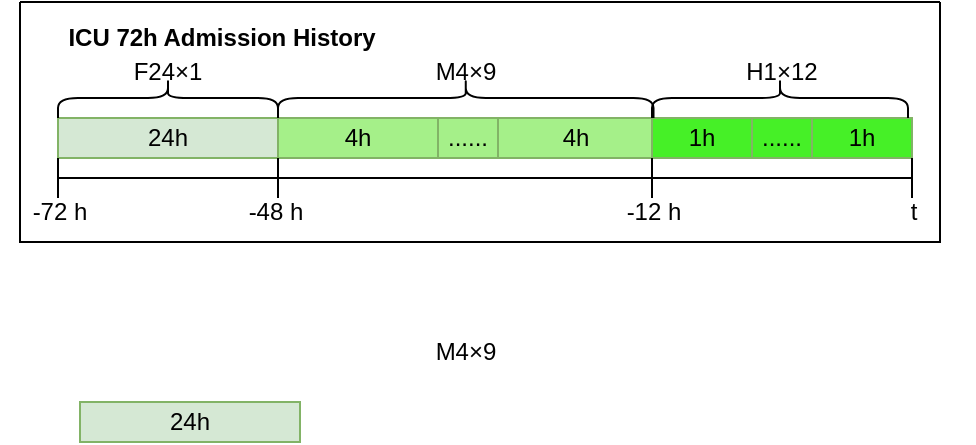
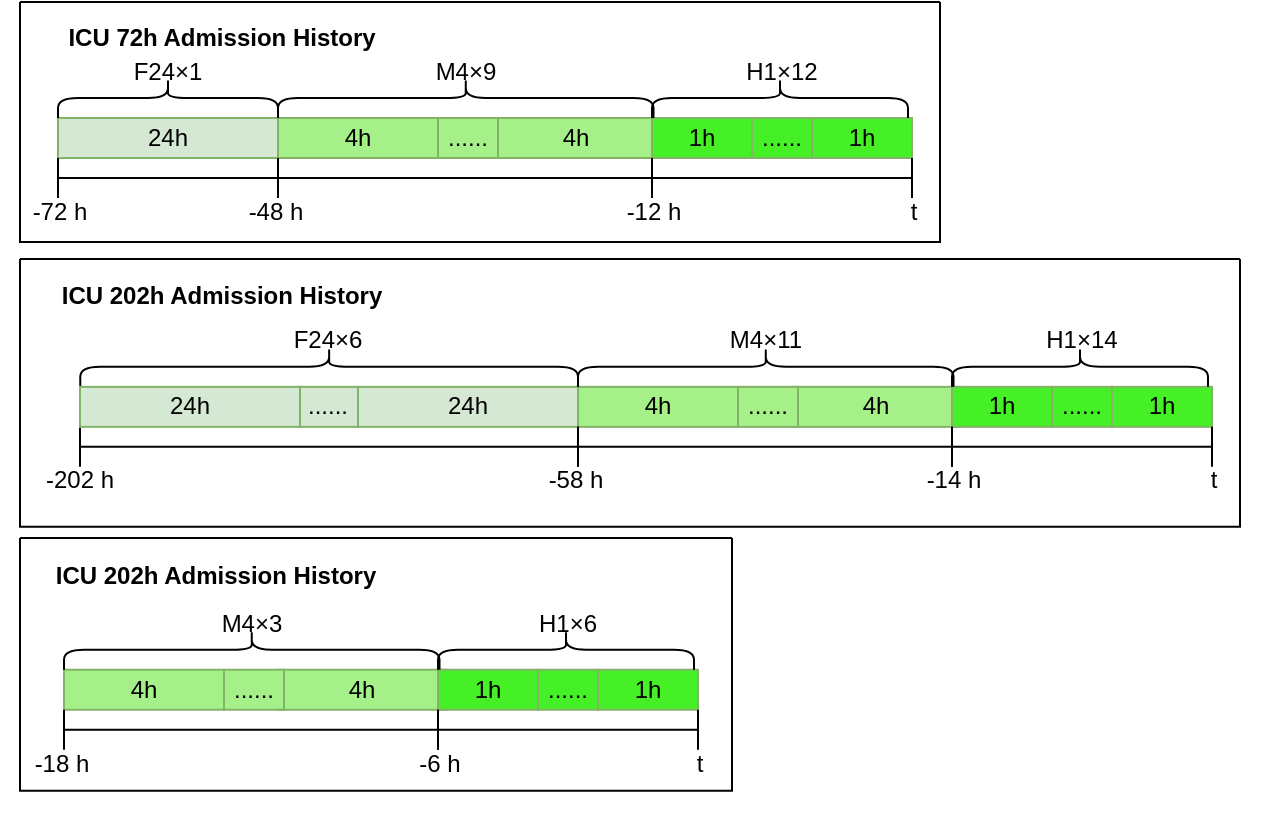
<mxfile host="app.diagrams.net">
  <diagram name="第 1 页" id="ZXRgyMgndbSnMul60k35">
-     <mxGraphModel dx="632" dy="431" grid="1" gridSize="10" guides="1" tooltips="1" connect="1" arrows="1" fold="1" page="1" pageScale="1" pageWidth="827" pageHeight="1169" math="0" shadow="0">
+     <mxGraphModel dx="702" dy="479" grid="1" gridSize="10" guides="1" tooltips="1" connect="1" arrows="1" fold="1" page="1" pageScale="1" pageWidth="827" pageHeight="1169" math="0" shadow="0">
      <root>
        <mxCell id="0" />
        <mxCell id="1" parent="0" />
        <mxCell id="Cz9zJ3ElJhsfQI_fBBap-1" parent="1" style="rounded=0;whiteSpace=wrap;html=1;fillColor=#d5e8d4;strokeColor=#82b366;" value="24h" vertex="1">
          <mxGeometry height="20" width="110" x="309" y="248" as="geometry" />
        </mxCell>
        <mxCell id="Cz9zJ3ElJhsfQI_fBBap-2" parent="1" style="rounded=0;whiteSpace=wrap;html=1;fillColor=light-dark(#A5F089,#1F2F1E);strokeColor=#82b366;" value="4h" vertex="1">
          <mxGeometry height="20" width="80" x="419" y="248" as="geometry" />
        </mxCell>
        <mxCell id="Cz9zJ3ElJhsfQI_fBBap-3" parent="1" style="rounded=0;whiteSpace=wrap;html=1;fillColor=light-dark(#A5F089,#1F2F1E);strokeColor=#82b366;" value="4h" vertex="1">
          <mxGeometry height="20" width="84" x="526" y="248" as="geometry" />
        </mxCell>
        <mxCell id="Cz9zJ3ElJhsfQI_fBBap-4" parent="1" style="rounded=0;whiteSpace=wrap;html=1;fillColor=light-dark(#A5F089,#1F2F1E);strokeColor=#82b366;" value="......" vertex="1">
          <mxGeometry height="20" width="30" x="499" y="248" as="geometry" />
        </mxCell>
        <mxCell id="Cz9zJ3ElJhsfQI_fBBap-5" parent="1" style="rounded=0;whiteSpace=wrap;html=1;fillColor=light-dark(#46F027,#1F2F1E);strokeColor=#82b366;" value="1h" vertex="1">
          <mxGeometry height="20" width="50" x="606" y="248" as="geometry" />
        </mxCell>
        <mxCell id="Cz9zJ3ElJhsfQI_fBBap-6" parent="1" style="rounded=0;whiteSpace=wrap;html=1;fillColor=light-dark(#46F027,#1F2F1E);strokeColor=#82b366;" value="1h" vertex="1">
          <mxGeometry height="20" width="50" x="686" y="248" as="geometry" />
        </mxCell>
        <mxCell id="Cz9zJ3ElJhsfQI_fBBap-7" parent="1" style="rounded=0;whiteSpace=wrap;html=1;fillColor=light-dark(#46F027,#1F2F1E);strokeColor=#82b366;" value="......" vertex="1">
          <mxGeometry height="20" width="30" x="656" y="248" as="geometry" />
        </mxCell>
        <mxCell id="Cz9zJ3ElJhsfQI_fBBap-8" parent="1" style="shape=crossbar;whiteSpace=wrap;html=1;rounded=1;" value="" vertex="1">
          <mxGeometry height="20" width="110" x="309" y="268" as="geometry" />
        </mxCell>
        <mxCell id="Cz9zJ3ElJhsfQI_fBBap-9" parent="1" style="text;html=1;whiteSpace=wrap;strokeColor=none;fillColor=none;align=center;verticalAlign=middle;rounded=0;" value="-72 h" vertex="1">
          <mxGeometry height="30" width="60" x="280" y="280" as="geometry" />
        </mxCell>
        <mxCell id="Cz9zJ3ElJhsfQI_fBBap-10" parent="1" style="text;html=1;whiteSpace=wrap;strokeColor=none;fillColor=none;align=center;verticalAlign=middle;rounded=0;" value="-48 h" vertex="1">
          <mxGeometry height="30" width="60" x="388" y="280" as="geometry" />
        </mxCell>
        <mxCell id="Cz9zJ3ElJhsfQI_fBBap-11" parent="1" style="shape=crossbar;whiteSpace=wrap;html=1;rounded=1;" value="" vertex="1">
          <mxGeometry height="20" width="187" x="419" y="268" as="geometry" />
        </mxCell>
        <mxCell id="Cz9zJ3ElJhsfQI_fBBap-12" parent="1" style="shape=crossbar;whiteSpace=wrap;html=1;rounded=1;" value="" vertex="1">
          <mxGeometry height="20" width="130" x="606" y="268" as="geometry" />
        </mxCell>
        <mxCell id="Cz9zJ3ElJhsfQI_fBBap-13" parent="1" style="text;html=1;whiteSpace=wrap;strokeColor=none;fillColor=none;align=center;verticalAlign=middle;rounded=0;" value="-12 h" vertex="1">
          <mxGeometry height="30" width="60" x="577" y="280" as="geometry" />
        </mxCell>
        <mxCell id="Cz9zJ3ElJhsfQI_fBBap-14" parent="1" style="text;html=1;whiteSpace=wrap;strokeColor=none;fillColor=none;align=center;verticalAlign=middle;rounded=0;" value="t" vertex="1">
          <mxGeometry height="30" width="60" x="707" y="280" as="geometry" />
        </mxCell>
        <mxCell id="Cz9zJ3ElJhsfQI_fBBap-16" parent="1" style="shape=curlyBracket;whiteSpace=wrap;html=1;rounded=1;flipH=1;labelPosition=right;verticalLabelPosition=middle;align=left;verticalAlign=middle;legacyAnchorPoints=0;rotation=-90;" value="" vertex="1">
          <mxGeometry height="110" width="20" x="354" y="183" as="geometry" />
        </mxCell>
        <mxCell id="Cz9zJ3ElJhsfQI_fBBap-17" parent="1" style="text;html=1;whiteSpace=wrap;strokeColor=none;fillColor=none;align=center;verticalAlign=middle;rounded=0;" value="F24×1" vertex="1">
          <mxGeometry height="30" width="60" x="334" y="210" as="geometry" />
        </mxCell>
        <mxCell id="Cz9zJ3ElJhsfQI_fBBap-19" parent="1" style="shape=curlyBracket;whiteSpace=wrap;html=1;rounded=1;labelPosition=left;verticalLabelPosition=middle;align=right;verticalAlign=middle;rotation=90;" value="" vertex="1">
          <mxGeometry height="187.75" width="20" x="502.88" y="144.13" as="geometry" />
        </mxCell>
        <mxCell id="Cz9zJ3ElJhsfQI_fBBap-22" parent="1" style="shape=curlyBracket;whiteSpace=wrap;html=1;rounded=1;labelPosition=left;verticalLabelPosition=middle;align=right;verticalAlign=middle;rotation=90;" value="" vertex="1">
          <mxGeometry height="128" width="20" x="660" y="174" as="geometry" />
        </mxCell>
        <mxCell id="Cz9zJ3ElJhsfQI_fBBap-23" parent="1" style="text;html=1;whiteSpace=wrap;strokeColor=none;fillColor=none;align=center;verticalAlign=middle;rounded=0;" value="M4×9" vertex="1">
          <mxGeometry height="30" width="60" x="482.5" y="210" as="geometry" />
        </mxCell>
-         <mxCell id="Cz9zJ3ElJhsfQI_fBBap-24" parent="1" style="text;html=1;whiteSpace=wrap;strokeColor=none;fillColor=none;align=center;verticalAlign=middle;rounded=0;" value="H1×12&lt;span style=&quot;color: rgba(0, 0, 0, 0); font-family: monospace; font-size: 0px; text-align: start; white-space: nowrap;&quot;&gt;%3CmxGraphModel%3E%3Croot%3E%3CmxCell%20id%3D%220%22%2F%3E%3CmxCell%20id%3D%221%22%20parent%3D%220%22%2F%3E%3CmxCell%20id%3D%222%22%20parent%3D%221%22%20style%3D%22text%3Bhtml%3D1%3BwhiteSpace%3Dwrap%3BstrokeColor%3Dnone%3BfillColor%3Dnone%3Balign%3Dcenter%3BverticalAlign%3Dmiddle%3Brounded%3D0%3B%22%20value%3D%22M4%C3%979%22%20vertex%3D%221%22%3E%3CmxGeometry%20height%3D%2230%22%20width%3D%2260%22%20x%3D%22482.5%22%20y%3D%22210%22%20as%3D%22geometry%22%2F%3E%3C%2FmxCell%3E%3C%2Froot%3E%3C%2FmxGraphModel%3E%3CmxGraphModel%3E%3Croot%3E%3CmxCell%20id%3D%220%22%2F%3E%3CmxCell%20id%3D%221%22%20parent%3D%220%22%2F%3E%3CmxCell%20id%3D%222%22%20parent%3D%221%22%20style%3D%22text%3Bhtml%3D1%3BwhiteSpace%3Dwrap%3BstrokeColor%3Dnone%3BfillColor%3Dnone%3Balign%3Dcenter%3BverticalAlign%3Dmiddle%3Brounded%3D0%3B%22%20value%3D%22M4%C3%979%22%20vertex%3D%221%22%3E%3CmxGeometry%20height%3D%2230%22%20width%3D%2260%22%20x%3D%22482.5%22%20y%3D%22210%22%20as%3D%22geometry%22%2F%3E%3C%2FmxCell%3E%3C%2Froot%3E%3C%2FmxGraphModel%3E&lt;/span&gt;" vertex="1">
-           <mxGeometry height="30" width="60" x="641" y="210" as="geometry" />
-         </mxCell>
        <mxCell id="Cz9zJ3ElJhsfQI_fBBap-25" parent="1" style="swimlane;startSize=0;" value="" vertex="1">
          <mxGeometry height="120" width="460" x="290" y="190" as="geometry" />
        </mxCell>
        <mxCell id="Cz9zJ3ElJhsfQI_fBBap-15" parent="Cz9zJ3ElJhsfQI_fBBap-25" style="text;html=1;whiteSpace=wrap;strokeColor=none;fillColor=none;align=center;verticalAlign=middle;rounded=0;" value="&lt;b&gt;ICU 72h Admission History&lt;/b&gt;" vertex="1">
          <mxGeometry height="30" width="184" x="8.5" y="3" as="geometry" />
        </mxCell>
-         <mxCell id="Cz9zJ3ElJhsfQI_fBBap-30" parent="1" style="text;html=1;whiteSpace=wrap;strokeColor=none;fillColor=none;align=center;verticalAlign=middle;rounded=0;" value="M4×9" vertex="1">
-           <mxGeometry height="30" width="60" x="482.5" y="350" as="geometry" />
-         </mxCell>
-         <mxCell id="Cz9zJ3ElJhsfQI_fBBap-31" parent="1" style="rounded=0;whiteSpace=wrap;html=1;fillColor=#d5e8d4;strokeColor=#82b366;" value="24h" vertex="1">
-           <mxGeometry height="20" width="110" x="320" y="390" as="geometry" />
+         <mxCell id="Cz9zJ3ElJhsfQI_fBBap-66" parent="Cz9zJ3ElJhsfQI_fBBap-25" style="text;html=1;whiteSpace=wrap;strokeColor=none;fillColor=none;align=center;verticalAlign=middle;rounded=0;" value="H1×12" vertex="1">
+           <mxGeometry height="30" width="60" x="351" y="20" as="geometry" />
+         </mxCell>
+         <mxCell id="Cz9zJ3ElJhsfQI_fBBap-98" connectable="0" parent="1" style="group" value="" vertex="1">
+           <mxGeometry height="336.43" width="627" x="290" y="248" as="geometry" />
+         </mxCell>
+         <mxCell id="Cz9zJ3ElJhsfQI_fBBap-45" parent="Cz9zJ3ElJhsfQI_fBBap-98" style="rounded=0;whiteSpace=wrap;html=1;fillColor=#d5e8d4;strokeColor=#82b366;" value="24h" vertex="1">
+           <mxGeometry height="20" width="110" x="169" y="134.43" as="geometry" />
+         </mxCell>
+         <mxCell id="Cz9zJ3ElJhsfQI_fBBap-46" parent="Cz9zJ3ElJhsfQI_fBBap-98" style="rounded=0;whiteSpace=wrap;html=1;fillColor=light-dark(#A5F089,#1F2F1E);strokeColor=#82b366;" value="4h" vertex="1">
+           <mxGeometry height="20" width="80" x="279" y="134.43" as="geometry" />
+         </mxCell>
+         <mxCell id="Cz9zJ3ElJhsfQI_fBBap-47" parent="Cz9zJ3ElJhsfQI_fBBap-98" style="rounded=0;whiteSpace=wrap;html=1;fillColor=light-dark(#A5F089,#1F2F1E);strokeColor=#82b366;" value="4h" vertex="1">
+           <mxGeometry height="20" width="84" x="386" y="134.43" as="geometry" />
+         </mxCell>
+         <mxCell id="Cz9zJ3ElJhsfQI_fBBap-48" parent="Cz9zJ3ElJhsfQI_fBBap-98" style="rounded=0;whiteSpace=wrap;html=1;fillColor=light-dark(#A5F089,#1F2F1E);strokeColor=#82b366;" value="......" vertex="1">
+           <mxGeometry height="20" width="30" x="359" y="134.43" as="geometry" />
+         </mxCell>
+         <mxCell id="Cz9zJ3ElJhsfQI_fBBap-49" parent="Cz9zJ3ElJhsfQI_fBBap-98" style="rounded=0;whiteSpace=wrap;html=1;fillColor=light-dark(#46F027,#1F2F1E);strokeColor=#82b366;" value="1h" vertex="1">
+           <mxGeometry height="20" width="50" x="466" y="134.43" as="geometry" />
+         </mxCell>
+         <mxCell id="Cz9zJ3ElJhsfQI_fBBap-50" parent="Cz9zJ3ElJhsfQI_fBBap-98" style="rounded=0;whiteSpace=wrap;html=1;fillColor=light-dark(#46F027,#1F2F1E);strokeColor=#82b366;" value="1h" vertex="1">
+           <mxGeometry height="20" width="50" x="546" y="134.43" as="geometry" />
+         </mxCell>
+         <mxCell id="Cz9zJ3ElJhsfQI_fBBap-51" parent="Cz9zJ3ElJhsfQI_fBBap-98" style="rounded=0;whiteSpace=wrap;html=1;fillColor=light-dark(#46F027,#1F2F1E);strokeColor=#82b366;" value="......" vertex="1">
+           <mxGeometry height="20" width="30" x="516" y="134.43" as="geometry" />
+         </mxCell>
+         <mxCell id="Cz9zJ3ElJhsfQI_fBBap-52" parent="Cz9zJ3ElJhsfQI_fBBap-98" style="shape=crossbar;whiteSpace=wrap;html=1;rounded=1;" value="" vertex="1">
+           <mxGeometry height="20" width="249" x="30" y="154.43" as="geometry" />
+         </mxCell>
+         <mxCell id="Cz9zJ3ElJhsfQI_fBBap-53" parent="Cz9zJ3ElJhsfQI_fBBap-98" style="text;html=1;whiteSpace=wrap;strokeColor=none;fillColor=none;align=center;verticalAlign=middle;rounded=0;" value="-202 h" vertex="1">
+           <mxGeometry height="30" width="60" y="166.43" as="geometry" />
+         </mxCell>
+         <mxCell id="Cz9zJ3ElJhsfQI_fBBap-54" parent="Cz9zJ3ElJhsfQI_fBBap-98" style="text;html=1;whiteSpace=wrap;strokeColor=none;fillColor=none;align=center;verticalAlign=middle;rounded=0;" value="-58 h" vertex="1">
+           <mxGeometry height="30" width="60" x="248" y="166.43" as="geometry" />
+         </mxCell>
+         <mxCell id="Cz9zJ3ElJhsfQI_fBBap-55" parent="Cz9zJ3ElJhsfQI_fBBap-98" style="shape=crossbar;whiteSpace=wrap;html=1;rounded=1;" value="" vertex="1">
+           <mxGeometry height="20" width="187" x="279" y="154.43" as="geometry" />
+         </mxCell>
+         <mxCell id="Cz9zJ3ElJhsfQI_fBBap-56" parent="Cz9zJ3ElJhsfQI_fBBap-98" style="shape=crossbar;whiteSpace=wrap;html=1;rounded=1;" value="" vertex="1">
+           <mxGeometry height="20" width="130" x="466" y="154.43" as="geometry" />
+         </mxCell>
+         <mxCell id="Cz9zJ3ElJhsfQI_fBBap-57" parent="Cz9zJ3ElJhsfQI_fBBap-98" style="text;html=1;whiteSpace=wrap;strokeColor=none;fillColor=none;align=center;verticalAlign=middle;rounded=0;" value="-14 h" vertex="1">
+           <mxGeometry height="30" width="60" x="437" y="166.43" as="geometry" />
+         </mxCell>
+         <mxCell id="Cz9zJ3ElJhsfQI_fBBap-58" parent="Cz9zJ3ElJhsfQI_fBBap-98" style="text;html=1;whiteSpace=wrap;strokeColor=none;fillColor=none;align=center;verticalAlign=middle;rounded=0;" value="t" vertex="1">
+           <mxGeometry height="30" width="60" x="567" y="166.43" as="geometry" />
+         </mxCell>
+         <mxCell id="Cz9zJ3ElJhsfQI_fBBap-59" parent="Cz9zJ3ElJhsfQI_fBBap-98" style="shape=curlyBracket;whiteSpace=wrap;html=1;rounded=1;flipH=1;labelPosition=right;verticalLabelPosition=middle;align=left;verticalAlign=middle;legacyAnchorPoints=0;rotation=-90;" value="" vertex="1">
+           <mxGeometry height="248.87" width="20" x="144.57" as="geometry" />
+         </mxCell>
+         <mxCell id="Cz9zJ3ElJhsfQI_fBBap-60" parent="Cz9zJ3ElJhsfQI_fBBap-98" style="text;html=1;whiteSpace=wrap;strokeColor=none;fillColor=none;align=center;verticalAlign=middle;rounded=0;" value="F24×6" vertex="1">
+           <mxGeometry height="30" width="60" x="124" y="96.43" as="geometry" />
+         </mxCell>
+         <mxCell id="Cz9zJ3ElJhsfQI_fBBap-61" parent="Cz9zJ3ElJhsfQI_fBBap-98" style="shape=curlyBracket;whiteSpace=wrap;html=1;rounded=1;labelPosition=left;verticalLabelPosition=middle;align=right;verticalAlign=middle;rotation=90;" value="" vertex="1">
+           <mxGeometry height="187.75" width="20" x="362.88" y="30.560000000000002" as="geometry" />
+         </mxCell>
+         <mxCell id="Cz9zJ3ElJhsfQI_fBBap-62" parent="Cz9zJ3ElJhsfQI_fBBap-98" style="shape=curlyBracket;whiteSpace=wrap;html=1;rounded=1;labelPosition=left;verticalLabelPosition=middle;align=right;verticalAlign=middle;rotation=90;" value="" vertex="1">
+           <mxGeometry height="128" width="20" x="520" y="60.43000000000001" as="geometry" />
+         </mxCell>
+         <mxCell id="Cz9zJ3ElJhsfQI_fBBap-63" parent="Cz9zJ3ElJhsfQI_fBBap-98" style="text;html=1;whiteSpace=wrap;strokeColor=none;fillColor=none;align=center;verticalAlign=middle;rounded=0;" value="M4×11" vertex="1">
+           <mxGeometry height="30" width="60" x="342.5" y="96.43" as="geometry" />
+         </mxCell>
+         <mxCell id="Cz9zJ3ElJhsfQI_fBBap-64" parent="Cz9zJ3ElJhsfQI_fBBap-98" style="swimlane;startSize=0;" value="" vertex="1">
+           <mxGeometry height="133.87" width="610" y="70.56" as="geometry" />
+         </mxCell>
+         <mxCell id="Cz9zJ3ElJhsfQI_fBBap-65" parent="Cz9zJ3ElJhsfQI_fBBap-64" style="text;html=1;whiteSpace=wrap;strokeColor=none;fillColor=none;align=center;verticalAlign=middle;rounded=0;" value="&lt;b&gt;ICU 202h Admission History&lt;/b&gt;" vertex="1">
+           <mxGeometry height="30" width="184" x="8.5" y="3" as="geometry" />
+         </mxCell>
+         <mxCell id="Cz9zJ3ElJhsfQI_fBBap-69" parent="Cz9zJ3ElJhsfQI_fBBap-98" style="rounded=0;whiteSpace=wrap;html=1;fillColor=#d5e8d4;strokeColor=#82b366;" value="......" vertex="1">
+           <mxGeometry height="20" width="30" x="139" y="134.43" as="geometry" />
+         </mxCell>
+         <mxCell id="Cz9zJ3ElJhsfQI_fBBap-70" parent="Cz9zJ3ElJhsfQI_fBBap-98" style="rounded=0;whiteSpace=wrap;html=1;fillColor=#d5e8d4;strokeColor=#82b366;" value="24h" vertex="1">
+           <mxGeometry height="20" width="110" x="30" y="134.43" as="geometry" />
+         </mxCell>
+         <mxCell id="Cz9zJ3ElJhsfQI_fBBap-71" parent="Cz9zJ3ElJhsfQI_fBBap-98" style="text;html=1;whiteSpace=wrap;strokeColor=none;fillColor=none;align=center;verticalAlign=middle;rounded=0;" value="H1×14" vertex="1">
+           <mxGeometry height="30" width="60" x="501" y="96.43" as="geometry" />
+         </mxCell>
+         <mxCell id="Cz9zJ3ElJhsfQI_fBBap-91" parent="Cz9zJ3ElJhsfQI_fBBap-98" style="swimlane;startSize=0;" value="" vertex="1">
+           <mxGeometry height="126.43" width="356" y="210" as="geometry" />
+         </mxCell>
+         <mxCell id="Cz9zJ3ElJhsfQI_fBBap-92" parent="Cz9zJ3ElJhsfQI_fBBap-91" style="text;html=1;whiteSpace=wrap;strokeColor=none;fillColor=none;align=center;verticalAlign=middle;rounded=0;" value="&lt;b&gt;ICU 202h Admission History&lt;/b&gt;" vertex="1">
+           <mxGeometry height="30" width="184" x="6" y="3.8700000000001182" as="geometry" />
+         </mxCell>
+         <mxCell id="Cz9zJ3ElJhsfQI_fBBap-99" connectable="0" parent="1" style="group" value="" vertex="1">
+           <mxGeometry height="187.74999999999994" width="379" x="281" y="420" as="geometry" />
+         </mxCell>
+         <mxCell id="Cz9zJ3ElJhsfQI_fBBap-73" parent="Cz9zJ3ElJhsfQI_fBBap-99" style="rounded=0;whiteSpace=wrap;html=1;fillColor=light-dark(#A5F089,#1F2F1E);strokeColor=#82b366;" value="4h" vertex="1">
+           <mxGeometry height="20" width="80" x="31" y="103.87000000000006" as="geometry" />
+         </mxCell>
+         <mxCell id="Cz9zJ3ElJhsfQI_fBBap-74" parent="Cz9zJ3ElJhsfQI_fBBap-99" style="rounded=0;whiteSpace=wrap;html=1;fillColor=light-dark(#A5F089,#1F2F1E);strokeColor=#82b366;" value="4h" vertex="1">
+           <mxGeometry height="20" width="84" x="138" y="103.87000000000006" as="geometry" />
+         </mxCell>
+         <mxCell id="Cz9zJ3ElJhsfQI_fBBap-75" parent="Cz9zJ3ElJhsfQI_fBBap-99" style="rounded=0;whiteSpace=wrap;html=1;fillColor=light-dark(#A5F089,#1F2F1E);strokeColor=#82b366;" value="......" vertex="1">
+           <mxGeometry height="20" width="30" x="111" y="103.87000000000006" as="geometry" />
+         </mxCell>
+         <mxCell id="Cz9zJ3ElJhsfQI_fBBap-76" parent="Cz9zJ3ElJhsfQI_fBBap-99" style="rounded=0;whiteSpace=wrap;html=1;fillColor=light-dark(#46F027,#1F2F1E);strokeColor=#82b366;" value="1h" vertex="1">
+           <mxGeometry height="20" width="50" x="218" y="103.87000000000006" as="geometry" />
+         </mxCell>
+         <mxCell id="Cz9zJ3ElJhsfQI_fBBap-77" parent="Cz9zJ3ElJhsfQI_fBBap-99" style="rounded=0;whiteSpace=wrap;html=1;fillColor=light-dark(#46F027,#1F2F1E);strokeColor=#82b366;" value="1h" vertex="1">
+           <mxGeometry height="20" width="50" x="298" y="103.87000000000006" as="geometry" />
+         </mxCell>
+         <mxCell id="Cz9zJ3ElJhsfQI_fBBap-78" parent="Cz9zJ3ElJhsfQI_fBBap-99" style="rounded=0;whiteSpace=wrap;html=1;fillColor=light-dark(#46F027,#1F2F1E);strokeColor=#82b366;" value="......" vertex="1">
+           <mxGeometry height="20" width="30" x="268" y="103.87000000000006" as="geometry" />
+         </mxCell>
+         <mxCell id="Cz9zJ3ElJhsfQI_fBBap-81" parent="Cz9zJ3ElJhsfQI_fBBap-99" style="text;html=1;whiteSpace=wrap;strokeColor=none;fillColor=none;align=center;verticalAlign=middle;rounded=0;" value="-18 h" vertex="1">
+           <mxGeometry height="30" width="60" y="135.87000000000006" as="geometry" />
+         </mxCell>
+         <mxCell id="Cz9zJ3ElJhsfQI_fBBap-82" parent="Cz9zJ3ElJhsfQI_fBBap-99" style="shape=crossbar;whiteSpace=wrap;html=1;rounded=1;" value="" vertex="1">
+           <mxGeometry height="20" width="187" x="31" y="123.87000000000006" as="geometry" />
+         </mxCell>
+         <mxCell id="Cz9zJ3ElJhsfQI_fBBap-83" parent="Cz9zJ3ElJhsfQI_fBBap-99" style="shape=crossbar;whiteSpace=wrap;html=1;rounded=1;" value="" vertex="1">
+           <mxGeometry height="20" width="130" x="218" y="123.87000000000006" as="geometry" />
+         </mxCell>
+         <mxCell id="Cz9zJ3ElJhsfQI_fBBap-84" parent="Cz9zJ3ElJhsfQI_fBBap-99" style="text;html=1;whiteSpace=wrap;strokeColor=none;fillColor=none;align=center;verticalAlign=middle;rounded=0;" value="-6 h" vertex="1">
+           <mxGeometry height="30" width="60" x="189" y="135.87000000000006" as="geometry" />
+         </mxCell>
+         <mxCell id="Cz9zJ3ElJhsfQI_fBBap-85" parent="Cz9zJ3ElJhsfQI_fBBap-99" style="text;html=1;whiteSpace=wrap;strokeColor=none;fillColor=none;align=center;verticalAlign=middle;rounded=0;" value="t" vertex="1">
+           <mxGeometry height="30" width="60" x="319" y="135.87000000000006" as="geometry" />
+         </mxCell>
+         <mxCell id="Cz9zJ3ElJhsfQI_fBBap-88" parent="Cz9zJ3ElJhsfQI_fBBap-99" style="shape=curlyBracket;whiteSpace=wrap;html=1;rounded=1;labelPosition=left;verticalLabelPosition=middle;align=right;verticalAlign=middle;rotation=90;" value="" vertex="1">
+           <mxGeometry height="187.75" width="20" x="114.88" as="geometry" />
+         </mxCell>
+         <mxCell id="Cz9zJ3ElJhsfQI_fBBap-89" parent="Cz9zJ3ElJhsfQI_fBBap-99" style="shape=curlyBracket;whiteSpace=wrap;html=1;rounded=1;labelPosition=left;verticalLabelPosition=middle;align=right;verticalAlign=middle;rotation=90;" value="" vertex="1">
+           <mxGeometry height="128" width="20" x="272" y="29.870000000000005" as="geometry" />
+         </mxCell>
+         <mxCell id="Cz9zJ3ElJhsfQI_fBBap-90" parent="Cz9zJ3ElJhsfQI_fBBap-99" style="text;html=1;whiteSpace=wrap;strokeColor=none;fillColor=none;align=center;verticalAlign=middle;rounded=0;" value="M4×3" vertex="1">
+           <mxGeometry height="30" width="60" x="94.5" y="65.87000000000006" as="geometry" />
+         </mxCell>
+         <mxCell id="Cz9zJ3ElJhsfQI_fBBap-96" parent="Cz9zJ3ElJhsfQI_fBBap-99" style="text;html=1;whiteSpace=wrap;strokeColor=none;fillColor=none;align=center;verticalAlign=middle;rounded=0;" value="H1×6" vertex="1">
+           <mxGeometry height="30" width="60" x="253" y="65.87000000000006" as="geometry" />
        </mxCell>
      </root>
    </mxGraphModel>
  </diagram>
</mxfile>
